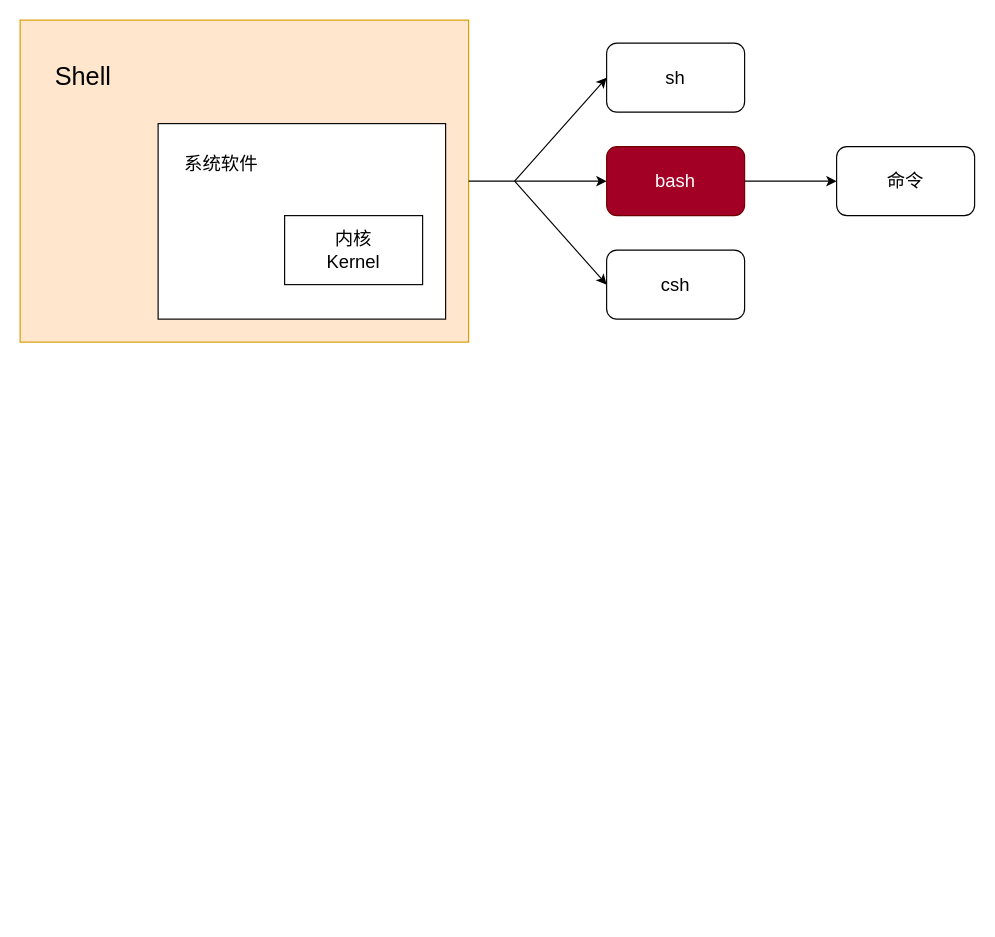
Above: page "主体架构" (1 of 2) of Shell-Crash/shell-note.drawio in gitony0101/Coding-crash (draw.io), before the change. Source tidied: cells renumbered, new cells numbered last; positions are measured from the earlier drawing's top-left corner, leaving out a move shared by most shapes. Both pictures are drawn from the tidied source at 115%, with x=0, y=0 at pixel (20, 20).
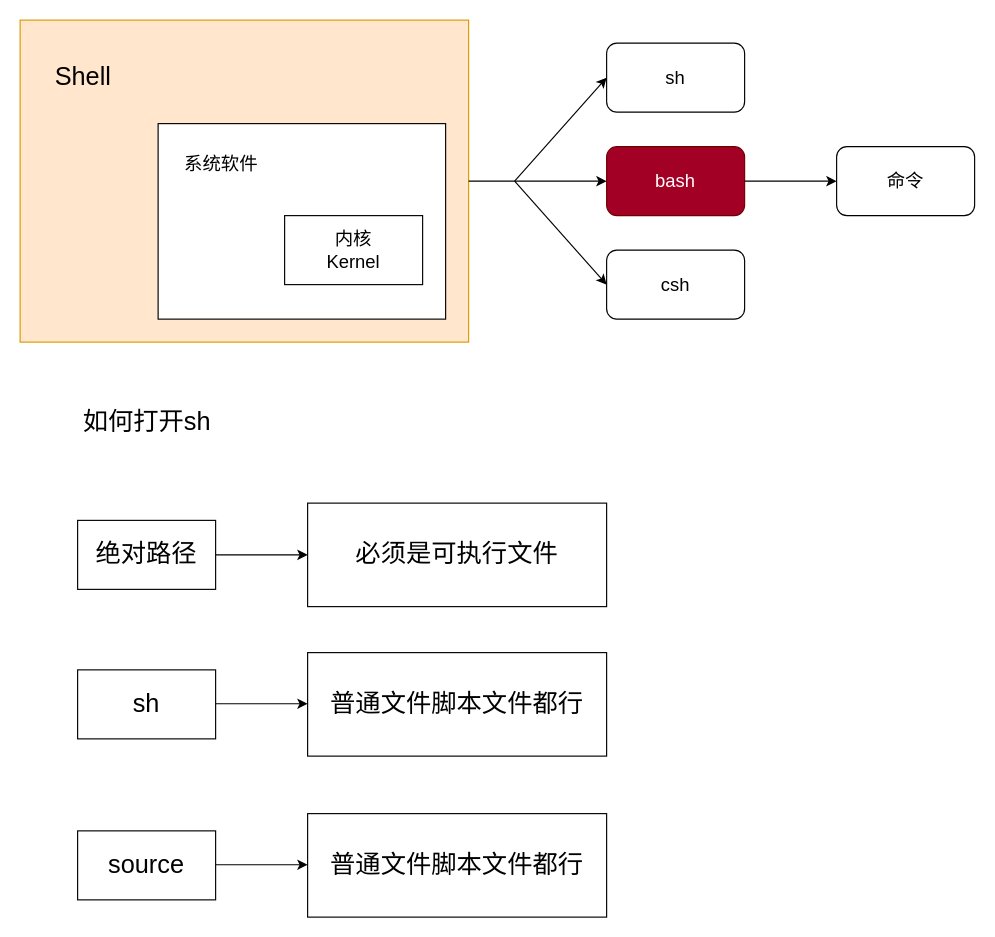
The same diagram, later.

What changed in the source:
```diff
@@
+    <mxCell id="15" value="如何打开sh" style="text;html=1;align=center;verticalAlign=middle;strokeColor=none;fillColor=none;fontSize=22;" parent="1" vertex="1">
+      <mxGeometry x="45" y="335" width="130" height="30" as="geometry" />
+    </mxCell>
+    <mxCell id="16" value="绝对路径" style="whiteSpace=wrap;html=1;fontSize=22;" parent="1" vertex="1">
+      <mxGeometry x="50" y="435" width="120" height="60" as="geometry" />
+    </mxCell>
+    <mxCell id="17" value="必须是可执行文件" style="whiteSpace=wrap;html=1;fontSize=22;" parent="1" vertex="1">
+      <mxGeometry x="250" y="420" width="260" height="90" as="geometry" />
+    </mxCell>
+    <mxCell id="18" value="普通文件脚本文件都行" style="whiteSpace=wrap;html=1;fontSize=22;" parent="1" vertex="1">
+      <mxGeometry x="250" y="550" width="260" height="90" as="geometry" />
+    </mxCell>
+    <mxCell id="19" value="sh" style="whiteSpace=wrap;html=1;fontSize=22;" parent="1" vertex="1">
+      <mxGeometry x="50" y="565" width="120" height="60" as="geometry" />
+    </mxCell>
+    <mxCell id="20" value="source" style="whiteSpace=wrap;html=1;fontSize=22;" parent="1" vertex="1">
+      <mxGeometry x="50" y="705" width="120" height="60" as="geometry" />
+    </mxCell>
+    <mxCell id="21" value="普通文件脚本文件都行" style="whiteSpace=wrap;html=1;fontSize=22;" parent="1" vertex="1">
+      <mxGeometry x="250" y="690" width="260" height="90" as="geometry" />
+    </mxCell>
+    <mxCell id="22" style="endArrow=classic;html=1;fontSize=22;exitX=1;exitY=0.5;exitDx=0;exitDy=0;" parent="1" edge="1" source="16" target="17">
+      <mxGeometry relative="1" as="geometry" />
+    </mxCell>
+    <mxCell id="23" style="endArrow=classic;html=1;fontSize=22;exitX=1;exitY=0.5;exitDx=0;exitDy=0;" parent="1" edge="1">
+      <mxGeometry relative="1" as="geometry">
+        <mxPoint x="170" y="594.5" as="sourcePoint" />
+        <mxPoint x="250" y="594.5" as="targetPoint" />
+      </mxGeometry>
+    </mxCell>
+    <mxCell id="24" style="endArrow=classic;html=1;fontSize=22;exitX=1;exitY=0.5;exitDx=0;exitDy=0;" parent="1" edge="1">
+      <mxGeometry relative="1" as="geometry">
+        <mxPoint x="170" y="734.5" as="sourcePoint" />
+        <mxPoint x="250" y="734.5" as="targetPoint" />
+      </mxGeometry>
+    </mxCell>
```
